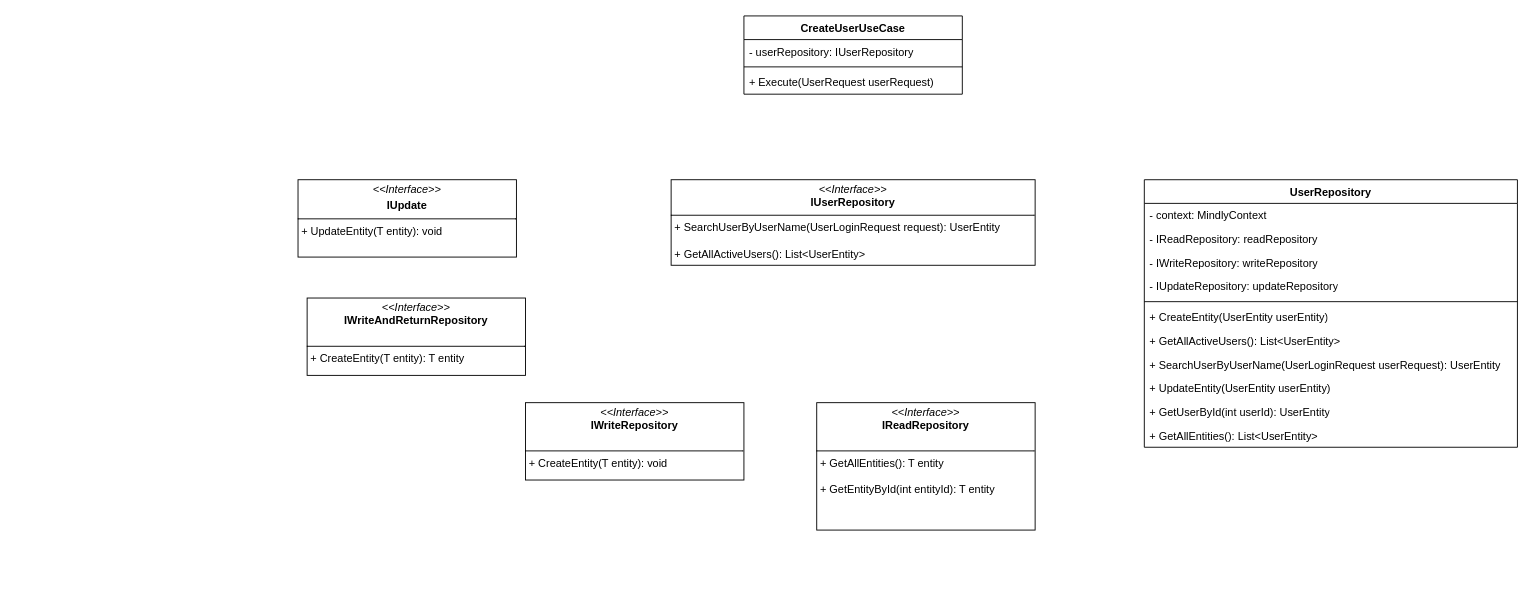
Earlier version of the draw.io diagram page "Página-1" (1 of 2) of Mindly FACADE.drawio (Francisco-Galea/Diagramas-y-Otros). Source tidied: cells renumbered, new cells numbered last; positions are measured from the earlier drawing's top-left corner, leaving out a move shared by most shapes. Both pictures are drawn from the tidied source at 91%, with x=0, y=0 at pixel (298, 15).
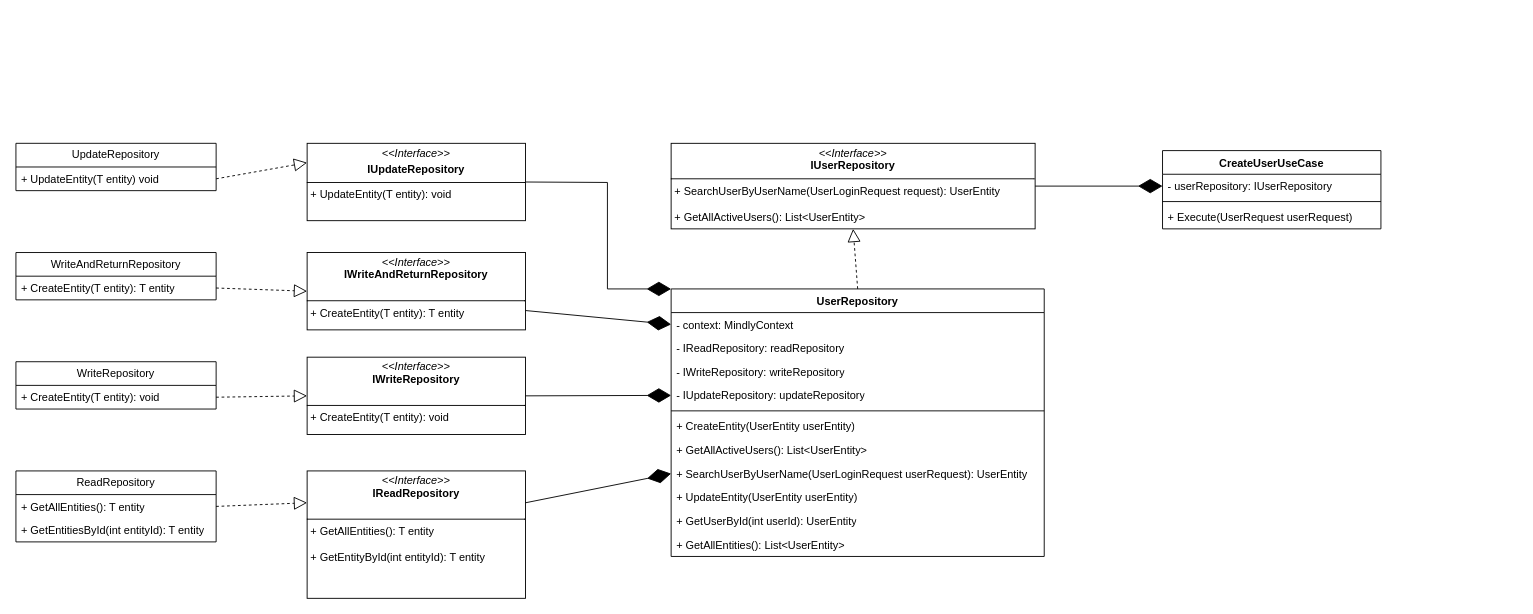
The same page after the edit.

Unchanged cells that the change refers to:
```xml
<mxCell id="3" value="- userRepository: IUserRepository" style="text;strokeColor=none;fillColor=none;align=left;verticalAlign=top;spacingLeft=4;spacingRight=4;overflow=hidden;points=[[0,0.5],[1,0.5]];portConstraint=eastwest;whiteSpace=wrap;html=1;" parent="2" vertex="1">
  <mxGeometry y="26" width="240" height="26" as="geometry" />
</mxCell>
<mxCell id="8" value="- context: MindlyContext" style="text;strokeColor=none;fillColor=none;align=left;verticalAlign=top;spacingLeft=4;spacingRight=4;overflow=hidden;points=[[0,0.5],[1,0.5]];portConstraint=eastwest;whiteSpace=wrap;html=1;" parent="7" vertex="1">
  <mxGeometry y="26" width="410" height="26" as="geometry" />
</mxCell>
<mxCell id="11" value="- IUpdateRepository: updateRepository" style="text;strokeColor=none;fillColor=none;align=left;verticalAlign=top;spacingLeft=4;spacingRight=4;overflow=hidden;points=[[0,0.5],[1,0.5]];portConstraint=eastwest;whiteSpace=wrap;html=1;" parent="7" vertex="1">
  <mxGeometry y="104" width="410" height="26" as="geometry" />
</mxCell>
<mxCell id="15" value="+&amp;nbsp;SearchUserByUserName(UserLoginRequest userRequest): UserEntity" style="text;strokeColor=none;fillColor=none;align=left;verticalAlign=top;spacingLeft=4;spacingRight=4;overflow=hidden;points=[[0,0.5],[1,0.5]];portConstraint=eastwest;whiteSpace=wrap;html=1;" parent="7" vertex="1">
  <mxGeometry y="190" width="410" height="26" as="geometry" />
</mxCell>
```

What changed in the source:
```diff
@@
     <mxCell id="2" value="CreateUserUseCase" style="swimlane;fontStyle=1;align=center;verticalAlign=top;horizontal=1;startSize=26;whiteSpace=wrap;html=1;" parent="1" vertex="1">
-      <mxGeometry x="490" width="240" height="86" as="geometry" />
+      <mxGeometry x="950" y="148" width="240" height="86" as="geometry" />
     </mxCell>
@@
     <mxCell id="6" value="&lt;p style=&quot;margin:0px;margin-top:4px;text-align:center;&quot;&gt;&lt;i&gt;&amp;lt;&amp;lt;Interface&amp;gt;&amp;gt;&lt;/i&gt;&lt;br&gt;&lt;b&gt;IUserRepository&lt;/b&gt;&lt;/p&gt;&lt;hr size=&quot;1&quot; style=&quot;border-style:solid;&quot;&gt;&lt;p style=&quot;margin:0px;margin-left:4px;&quot;&gt;+ SearchUserByUserName(UserLoginRequest request): UserEntity&lt;/p&gt;&lt;p style=&quot;margin:0px;margin-left:4px;&quot;&gt;&lt;br&gt;&lt;/p&gt;&lt;p style=&quot;margin:0px;margin-left:4px;&quot;&gt;+&amp;nbsp;GetAllActiveUsers(): List&amp;lt;UserEntity&amp;gt;&lt;/p&gt;" style="verticalAlign=top;align=left;overflow=fill;html=1;whiteSpace=wrap;" parent="1" vertex="1">
-      <mxGeometry x="410" y="180" width="400" height="94" as="geometry" />
+      <mxGeometry x="410" y="140" width="400" height="94" as="geometry" />
     </mxCell>
     <mxCell id="7" value="UserRepository" style="swimlane;fontStyle=1;align=center;verticalAlign=top;horizontal=1;startSize=26;whiteSpace=wrap;html=1;" parent="1" vertex="1">
-      <mxGeometry x="930" y="180" width="410" height="294" as="geometry" />
+      <mxGeometry x="410" y="300" width="410" height="294" as="geometry" />
     </mxCell>
@@
     <mxCell id="19" value="&lt;p style=&quot;margin:0px;margin-top:4px;text-align:center;&quot;&gt;&lt;i&gt;&amp;lt;&amp;lt;Interface&amp;gt;&amp;gt;&lt;/i&gt;&lt;br&gt;&lt;b&gt;IReadRepository&lt;/b&gt;&lt;/p&gt;&lt;p style=&quot;margin:0px;margin-left:4px;&quot;&gt;&lt;br&gt;&lt;/p&gt;&lt;hr size=&quot;1&quot; style=&quot;border-style:solid;&quot;&gt;&lt;p style=&quot;margin:0px;margin-left:4px;&quot;&gt;+ GetAllEntities(): T entity&lt;/p&gt;&lt;p style=&quot;margin:0px;margin-left:4px;&quot;&gt;&lt;br&gt;&lt;/p&gt;&lt;p style=&quot;margin:0px;margin-left:4px;&quot;&gt;+ GetEntityById(int entityId): T entity&lt;/p&gt;" style="verticalAlign=top;align=left;overflow=fill;html=1;whiteSpace=wrap;" parent="1" vertex="1">
-      <mxGeometry x="570" y="425" width="240" height="140" as="geometry" />
+      <mxGeometry x="10" y="500" width="240" height="140" as="geometry" />
     </mxCell>
     <mxCell id="20" value="&lt;p style=&quot;margin:0px;margin-top:4px;text-align:center;&quot;&gt;&lt;i&gt;&amp;lt;&amp;lt;Interface&amp;gt;&amp;gt;&lt;/i&gt;&lt;br&gt;&lt;b&gt;IWriteRepository&lt;/b&gt;&lt;/p&gt;&lt;p style=&quot;margin:0px;margin-left:4px;&quot;&gt;&lt;br&gt;&lt;/p&gt;&lt;hr size=&quot;1&quot; style=&quot;border-style:solid;&quot;&gt;&lt;p style=&quot;margin:0px;margin-left:4px;&quot;&gt;+ CreateEntity(T entity): void&lt;/p&gt;&lt;p style=&quot;margin:0px;margin-left:4px;&quot;&gt;&lt;br&gt;&lt;/p&gt;&lt;p style=&quot;margin:0px;margin-left:4px;&quot;&gt;&lt;br&gt;&lt;/p&gt;" style="verticalAlign=top;align=left;overflow=fill;html=1;whiteSpace=wrap;" parent="1" vertex="1">
-      <mxGeometry x="250" y="425" width="240" height="85" as="geometry" />
+      <mxGeometry x="10" y="375" width="240" height="85" as="geometry" />
     </mxCell>
     <mxCell id="21" value="&lt;p style=&quot;margin:0px;margin-top:4px;text-align:center;&quot;&gt;&lt;i&gt;&amp;lt;&amp;lt;Interface&amp;gt;&amp;gt;&lt;/i&gt;&lt;br&gt;&lt;b&gt;IWriteAndReturnRepository&lt;/b&gt;&lt;/p&gt;&lt;p style=&quot;margin:0px;margin-left:4px;&quot;&gt;&lt;br&gt;&lt;/p&gt;&lt;hr size=&quot;1&quot; style=&quot;border-style:solid;&quot;&gt;&lt;p style=&quot;margin:0px;margin-left:4px;&quot;&gt;+ CreateEntity(T entity): T entity&lt;/p&gt;&lt;p style=&quot;margin:0px;margin-left:4px;&quot;&gt;&lt;br&gt;&lt;/p&gt;&lt;p style=&quot;margin:0px;margin-left:4px;&quot;&gt;&lt;br&gt;&lt;/p&gt;" style="verticalAlign=top;align=left;overflow=fill;html=1;whiteSpace=wrap;" parent="1" vertex="1">
-      <mxGeometry x="10" y="310" width="240" height="85" as="geometry" />
+      <mxGeometry x="10" y="260" width="240" height="85" as="geometry" />
     </mxCell>
-    <mxCell id="22" value="&lt;p style=&quot;margin:0px;margin-top:4px;text-align:center;&quot;&gt;&lt;i&gt;&amp;lt;&amp;lt;Interface&amp;gt;&amp;gt;&lt;/i&gt;&lt;br&gt;&lt;/p&gt;&lt;p style=&quot;margin:0px;margin-top:4px;text-align:center;&quot;&gt;&lt;b&gt;IUpdate&lt;/b&gt;&lt;/p&gt;&lt;hr size=&quot;1&quot; style=&quot;border-style:solid;&quot;&gt;&lt;p style=&quot;margin:0px;margin-left:4px;&quot;&gt;+ UpdateEntity(T entity): void&lt;/p&gt;&lt;p style=&quot;margin:0px;margin-left:4px;&quot;&gt;&lt;br&gt;&lt;/p&gt;&lt;p style=&quot;margin:0px;margin-left:4px;&quot;&gt;&lt;br&gt;&lt;/p&gt;" style="verticalAlign=top;align=left;overflow=fill;html=1;whiteSpace=wrap;" parent="1" vertex="1">
-      <mxGeometry y="180" width="240" height="85" as="geometry" />
+    <mxCell id="22" value="&lt;p style=&quot;margin:0px;margin-top:4px;text-align:center;&quot;&gt;&lt;i&gt;&amp;lt;&amp;lt;Interface&amp;gt;&amp;gt;&lt;/i&gt;&lt;br&gt;&lt;/p&gt;&lt;p style=&quot;margin:0px;margin-top:4px;text-align:center;&quot;&gt;&lt;b&gt;IUpdateRepository&lt;/b&gt;&lt;/p&gt;&lt;hr size=&quot;1&quot; style=&quot;border-style:solid;&quot;&gt;&lt;p style=&quot;margin:0px;margin-left:4px;&quot;&gt;+ UpdateEntity(T entity): void&lt;/p&gt;&lt;p style=&quot;margin:0px;margin-left:4px;&quot;&gt;&lt;br&gt;&lt;/p&gt;&lt;p style=&quot;margin:0px;margin-left:4px;&quot;&gt;&lt;br&gt;&lt;/p&gt;" style="verticalAlign=top;align=left;overflow=fill;html=1;whiteSpace=wrap;" parent="1" vertex="1">
+      <mxGeometry x="10" y="140" width="240" height="85" as="geometry" />
     </mxCell>
+    <mxCell id="23" value="UpdateRepository" style="swimlane;fontStyle=0;horizontal=1;startSize=26;fillColor=none;whiteSpace=wrap;html=1;" parent="1" vertex="1">
+      <mxGeometry x="-310" y="140" width="220" height="52" as="geometry" />
+    </mxCell>
+    <mxCell id="24" value="+ UpdateEntity(T entity) void" style="text;strokeColor=none;fillColor=none;align=left;verticalAlign=top;spacingLeft=4;spacingRight=4;overflow=hidden;points=[[0,0.5],[1,0.5]];portConstraint=eastwest;whiteSpace=wrap;html=1;" parent="23" vertex="1">
+      <mxGeometry y="26" width="220" height="26" as="geometry" />
+    </mxCell>
+    <mxCell id="25" value="WriteAndReturnRepository" style="swimlane;fontStyle=0;horizontal=1;startSize=26;fillColor=none;whiteSpace=wrap;html=1;" parent="1" vertex="1">
+      <mxGeometry x="-310" y="260" width="220" height="52" as="geometry" />
+    </mxCell>
+    <mxCell id="26" value="+ CreateEntity(T entity): T entity" style="text;strokeColor=none;fillColor=none;align=left;verticalAlign=top;spacingLeft=4;spacingRight=4;overflow=hidden;points=[[0,0.5],[1,0.5]];portConstraint=eastwest;whiteSpace=wrap;html=1;" parent="25" vertex="1">
+      <mxGeometry y="26" width="220" height="26" as="geometry" />
+    </mxCell>
+    <mxCell id="27" value="WriteRepository" style="swimlane;fontStyle=0;horizontal=1;startSize=26;fillColor=none;whiteSpace=wrap;html=1;" parent="1" vertex="1">
+      <mxGeometry x="-310" y="380" width="220" height="52" as="geometry" />
+    </mxCell>
+    <mxCell id="28" value="+ CreateEntity(T entity): void" style="text;strokeColor=none;fillColor=none;align=left;verticalAlign=top;spacingLeft=4;spacingRight=4;overflow=hidden;points=[[0,0.5],[1,0.5]];portConstraint=eastwest;whiteSpace=wrap;html=1;" parent="27" vertex="1">
+      <mxGeometry y="26" width="220" height="26" as="geometry" />
+    </mxCell>
+    <mxCell id="29" value="ReadRepository" style="swimlane;fontStyle=0;horizontal=1;startSize=26;fillColor=none;whiteSpace=wrap;html=1;" parent="1" vertex="1">
+      <mxGeometry x="-310" y="500" width="220" height="78" as="geometry" />
+    </mxCell>
+    <mxCell id="30" value="+ GetAllEntities(): T entity" style="text;strokeColor=none;fillColor=none;align=left;verticalAlign=top;spacingLeft=4;spacingRight=4;overflow=hidden;points=[[0,0.5],[1,0.5]];portConstraint=eastwest;whiteSpace=wrap;html=1;" parent="29" vertex="1">
+      <mxGeometry y="26" width="220" height="26" as="geometry" />
+    </mxCell>
+    <mxCell id="31" value="+ GetEntitiesById(int entityId): T entity" style="text;strokeColor=none;fillColor=none;align=left;verticalAlign=top;spacingLeft=4;spacingRight=4;overflow=hidden;whiteSpace=wrap;html=1;" parent="29" vertex="1">
+      <mxGeometry y="52" width="220" height="26" as="geometry" />
+    </mxCell>
+    <mxCell id="32" style="endArrow=block;dashed=1;endFill=0;endSize=12;html=1;rounded=0;exitX=1;exitY=0.5;exitDx=0;exitDy=0;entryX=0;entryY=0.25;entryDx=0;entryDy=0;" parent="1" edge="1" source="24" target="22">
+      <mxGeometry relative="1" as="geometry" />
+    </mxCell>
+    <mxCell id="33" style="endArrow=block;dashed=1;endFill=0;endSize=12;html=1;rounded=0;exitX=1;exitY=0.5;exitDx=0;exitDy=0;entryX=0;entryY=0.5;entryDx=0;entryDy=0;" parent="1" edge="1" source="26" target="21">
+      <mxGeometry relative="1" as="geometry" />
+    </mxCell>
+    <mxCell id="34" style="endArrow=block;dashed=1;endFill=0;endSize=12;html=1;rounded=0;exitX=1;exitY=0.5;exitDx=0;exitDy=0;entryX=0;entryY=0.5;entryDx=0;entryDy=0;" parent="1" edge="1" source="28" target="20">
+      <mxGeometry relative="1" as="geometry" />
+    </mxCell>
+    <mxCell id="35" style="endArrow=block;dashed=1;endFill=0;endSize=12;html=1;rounded=0;exitX=1;exitY=0.5;exitDx=0;exitDy=0;entryX=0;entryY=0.25;entryDx=0;entryDy=0;" parent="1" edge="1" source="30" target="19">
+      <mxGeometry relative="1" as="geometry" />
+    </mxCell>
+    <mxCell id="36" style="endArrow=block;dashed=1;endFill=0;endSize=12;html=1;rounded=0;exitX=0.5;exitY=0;exitDx=0;exitDy=0;entryX=0.5;entryY=1;entryDx=0;entryDy=0;" parent="1" edge="1" source="7" target="6">
+      <mxGeometry relative="1" as="geometry" />
+    </mxCell>
+    <mxCell id="37" style="endArrow=diamondThin;endFill=1;endSize=24;html=1;rounded=0;entryX=0;entryY=0;entryDx=0;entryDy=0;exitX=1;exitY=0.5;exitDx=0;exitDy=0;" parent="1" edge="1" source="22" target="7">
+      <mxGeometry relative="1" as="geometry">
+        <Array as="points">
+          <mxPoint x="340" y="183" />
+          <mxPoint x="340" y="300" />
+        </Array>
+      </mxGeometry>
+    </mxCell>
+    <mxCell id="38" style="endArrow=diamondThin;endFill=1;endSize=24;html=1;rounded=0;exitX=1;exitY=0.75;exitDx=0;exitDy=0;entryX=0;entryY=0.5;entryDx=0;entryDy=0;" parent="1" edge="1" source="21" target="8">
+      <mxGeometry relative="1" as="geometry" />
+    </mxCell>
+    <mxCell id="39" style="endArrow=diamondThin;endFill=1;endSize=24;html=1;rounded=0;exitX=1;exitY=0.5;exitDx=0;exitDy=0;entryX=0;entryY=0.5;entryDx=0;entryDy=0;" parent="1" edge="1" source="20" target="11">
+      <mxGeometry relative="1" as="geometry" />
+    </mxCell>
+    <mxCell id="40" style="endArrow=diamondThin;endFill=1;endSize=24;html=1;rounded=0;exitX=1;exitY=0.25;exitDx=0;exitDy=0;entryX=0;entryY=0.5;entryDx=0;entryDy=0;" parent="1" edge="1" source="19" target="15">
+      <mxGeometry relative="1" as="geometry" />
+    </mxCell>
+    <mxCell id="41" style="endArrow=diamondThin;endFill=1;endSize=24;html=1;rounded=0;entryX=0;entryY=0.5;entryDx=0;entryDy=0;exitX=1;exitY=0.5;exitDx=0;exitDy=0;" parent="1" edge="1" source="6" target="3">
+      <mxGeometry relative="1" as="geometry" />
+    </mxCell>
```
